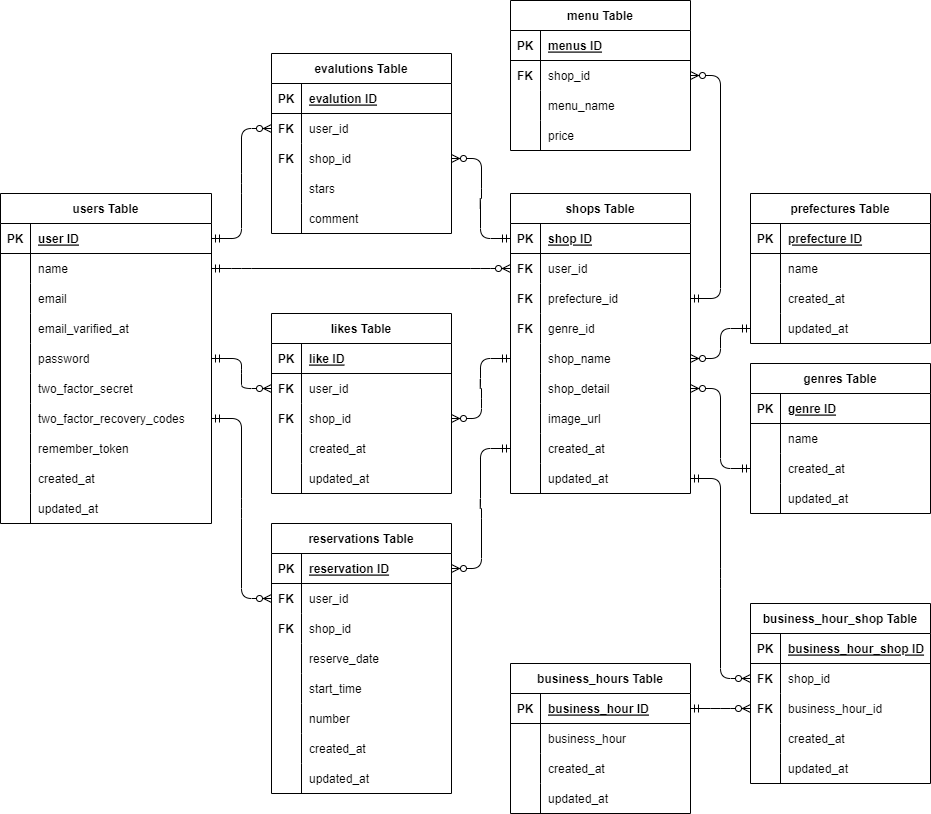
The draw.io diagram project-rese.drawio.png in magmag6240/project-rese, before a commit. Source tidied: cells renumbered, new cells last; positions are measured from the earlier drawing's top-left corner, leaving out a move shared by most shapes.
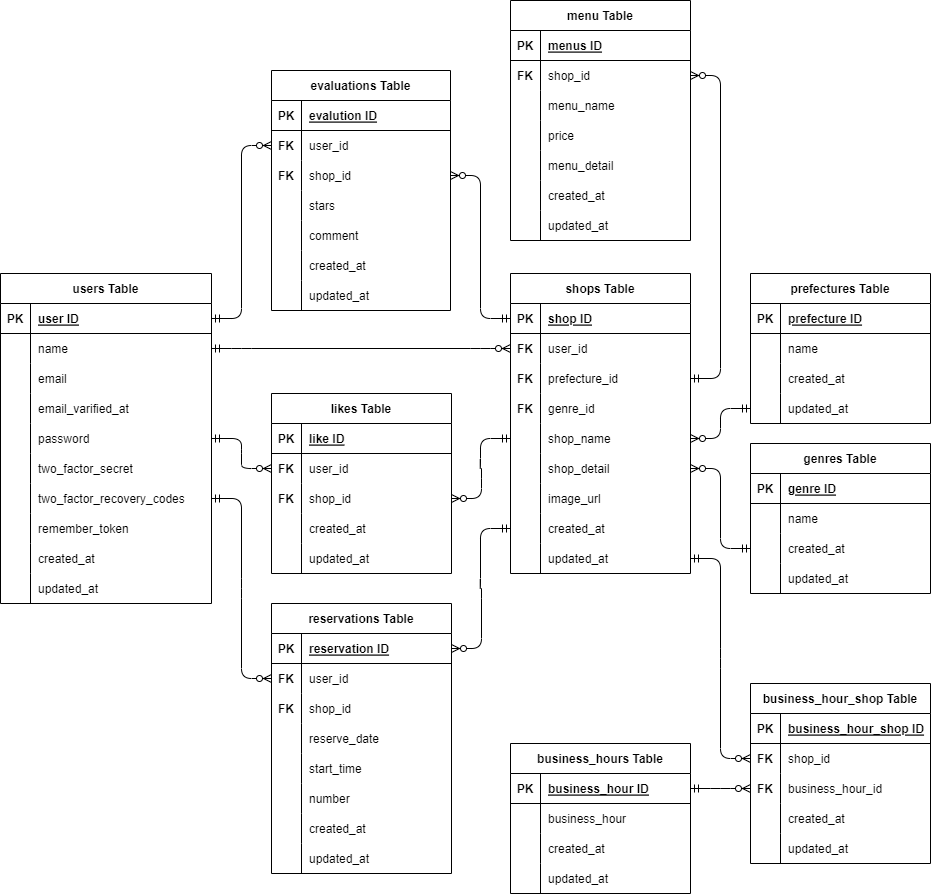
The same file after the commit.

Diff of the diagram source:
```diff
@@ -494,54 +494,72 @@
     <mxCell id="165" style="edgeStyle=entityRelationEdgeStyle;fontSize=12;html=1;endArrow=ERzeroToMany;startArrow=ERmandOne;entryX=0;entryY=0.5;entryDx=0;entryDy=0;exitX=1;exitY=0.5;exitDx=0;exitDy=0;" parent="1" edge="1" source="138" target="145">
       <mxGeometry relative="1" as="geometry" />
     </mxCell>
-    <mxCell id="166" value="evalutions Table" style="shape=table;startSize=30;rowLines=0;fontStyle=1;align=center;" parent="1" vertex="1">
-      <mxGeometry x="271" y="53" width="180" height="180" as="geometry" />
+    <mxCell id="166" value="evaluations Table" style="shape=table;startSize=30;rowLines=0;fontStyle=1;align=center;" parent="1" vertex="1">
+      <mxGeometry x="271" y="-10" width="179" height="240" as="geometry" />
     </mxCell>
     <mxCell id="167" style="shape=tableRow;horizontal=0;startSize=0;swimlaneHead=0;swimlaneBody=0;fillColor=none;top=0;left=0;right=0;bottom=1;" parent="166" vertex="1">
-      <mxGeometry y="30" width="180" height="30" as="geometry" />
+      <mxGeometry y="30" width="179" height="30" as="geometry" />
     </mxCell>
     <mxCell id="168" value="PK" style="shape=partialRectangle;fillColor=none;top=0;left=0;bottom=0;right=0;fontStyle=1;overflow=hidden;" parent="167" vertex="1">
       <mxGeometry width="30" height="30" as="geometry" />
     </mxCell>
     <mxCell id="169" value="evalution ID" style="shape=partialRectangle;fillColor=none;top=0;left=0;bottom=0;right=0;align=left;spacingLeft=6;fontStyle=5;overflow=hidden;" parent="167" vertex="1">
-      <mxGeometry x="30" width="150" height="30" as="geometry" />
+      <mxGeometry x="30" width="149" height="30" as="geometry" />
     </mxCell>
     <mxCell id="170" style="shape=tableRow;horizontal=0;startSize=0;swimlaneHead=0;swimlaneBody=0;fillColor=none;points=[[0,0.5],[1,0.5]];portConstraint=eastwest;top=0;left=0;right=0;bottom=0;" parent="166" vertex="1">
-      <mxGeometry y="60" width="180" height="30" as="geometry" />
+      <mxGeometry y="60" width="179" height="30" as="geometry" />
     </mxCell>
     <mxCell id="171" value="FK" style="shape=partialRectangle;fillColor=none;top=0;left=0;bottom=0;right=0;overflow=hidden;fontStyle=1;" parent="170" vertex="1">
       <mxGeometry width="30" height="30" as="geometry" />
     </mxCell>
     <mxCell id="172" value="user_id" style="shape=partialRectangle;fillColor=none;top=0;left=0;bottom=0;right=0;align=left;spacingLeft=6;overflow=hidden;" parent="170" vertex="1">
-      <mxGeometry x="30" width="150" height="30" as="geometry" />
+      <mxGeometry x="30" width="149" height="30" as="geometry" />
     </mxCell>
     <mxCell id="173" style="shape=tableRow;horizontal=0;startSize=0;swimlaneHead=0;swimlaneBody=0;fillColor=none;points=[[0,0.5],[1,0.5]];portConstraint=eastwest;top=0;left=0;right=0;bottom=0;" parent="166" vertex="1">
-      <mxGeometry y="90" width="180" height="30" as="geometry" />
+      <mxGeometry y="90" width="179" height="30" as="geometry" />
     </mxCell>
     <mxCell id="174" value="FK" style="shape=partialRectangle;fillColor=none;top=0;left=0;bottom=0;right=0;overflow=hidden;fontStyle=1;" parent="173" vertex="1">
       <mxGeometry width="30" height="30" as="geometry" />
     </mxCell>
     <mxCell id="175" value="shop_id" style="shape=partialRectangle;fillColor=none;top=0;left=0;bottom=0;right=0;align=left;spacingLeft=6;overflow=hidden;" parent="173" vertex="1">
-      <mxGeometry x="30" width="150" height="30" as="geometry" />
+      <mxGeometry x="30" width="149" height="30" as="geometry" />
     </mxCell>
     <mxCell id="176" style="shape=tableRow;horizontal=0;startSize=0;swimlaneHead=0;swimlaneBody=0;fillColor=none;top=0;left=0;right=0;bottom=0;" parent="166" vertex="1">
-      <mxGeometry y="120" width="180" height="30" as="geometry" />
+      <mxGeometry y="120" width="179" height="30" as="geometry" />
     </mxCell>
     <mxCell id="177" style="shape=partialRectangle;fillColor=none;top=0;left=0;bottom=0;right=0;overflow=hidden;" parent="176" vertex="1">
       <mxGeometry width="30" height="30" as="geometry" />
     </mxCell>
     <mxCell id="178" value="stars" style="shape=partialRectangle;fillColor=none;top=0;left=0;bottom=0;right=0;align=left;spacingLeft=6;overflow=hidden;" parent="176" vertex="1">
-      <mxGeometry x="30" width="150" height="30" as="geometry" />
+      <mxGeometry x="30" width="149" height="30" as="geometry" />
     </mxCell>
     <mxCell id="179" style="shape=tableRow;horizontal=0;startSize=0;swimlaneHead=0;swimlaneBody=0;fillColor=none;top=0;left=0;right=0;bottom=0;" parent="166" vertex="1">
-      <mxGeometry y="150" width="180" height="30" as="geometry" />
+      <mxGeometry y="150" width="179" height="30" as="geometry" />
     </mxCell>
     <mxCell id="180" style="shape=partialRectangle;fillColor=none;top=0;left=0;bottom=0;right=0;overflow=hidden;" parent="179" vertex="1">
       <mxGeometry width="30" height="30" as="geometry" />
     </mxCell>
     <mxCell id="181" value="comment" style="shape=partialRectangle;fillColor=none;top=0;left=0;bottom=0;right=0;align=left;spacingLeft=6;overflow=hidden;" parent="179" vertex="1">
-      <mxGeometry x="30" width="150" height="30" as="geometry" />
+      <mxGeometry x="30" width="149" height="30" as="geometry" />
     </mxCell>
+    <mxCell id="198" style="shape=tableRow;horizontal=0;startSize=0;swimlaneHead=0;swimlaneBody=0;fillColor=none;top=0;left=0;right=0;bottom=0;" parent="166" vertex="1">
+      <mxGeometry y="180" width="179" height="30" as="geometry" />
+    </mxCell>
+    <mxCell id="199" style="shape=partialRectangle;fillColor=none;top=0;left=0;bottom=0;right=0;overflow=hidden;" parent="198" vertex="1">
+      <mxGeometry width="30" height="30" as="geometry" />
+    </mxCell>
+    <mxCell id="200" value="created_at" style="shape=partialRectangle;fillColor=none;top=0;left=0;bottom=0;right=0;align=left;spacingLeft=6;overflow=hidden;" parent="198" vertex="1">
+      <mxGeometry x="30" width="149" height="30" as="geometry" />
+    </mxCell>
+    <mxCell id="201" style="shape=tableRow;horizontal=0;startSize=0;swimlaneHead=0;swimlaneBody=0;fillColor=none;top=0;left=0;right=0;bottom=0;" parent="166" vertex="1">
+      <mxGeometry y="210" width="179" height="30" as="geometry" />
+    </mxCell>
+    <mxCell id="202" style="shape=partialRectangle;fillColor=none;top=0;left=0;bottom=0;right=0;overflow=hidden;" parent="201" vertex="1">
+      <mxGeometry width="30" height="30" as="geometry" />
+    </mxCell>
+    <mxCell id="203" value="updated_at" style="shape=partialRectangle;fillColor=none;top=0;left=0;bottom=0;right=0;align=left;spacingLeft=6;overflow=hidden;" parent="201" vertex="1">
+      <mxGeometry x="30" width="149" height="30" as="geometry" />
+    </mxCell>
     <mxCell id="182" style="edgeStyle=entityRelationEdgeStyle;fontSize=12;html=1;endArrow=ERzeroToMany;startArrow=ERmandOne;exitX=0;exitY=0.5;exitDx=0;exitDy=0;entryX=1;entryY=0.5;entryDx=0;entryDy=0;" parent="1" edge="1" source="114" target="173">
       <mxGeometry relative="1" as="geometry" />
     </mxCell>
@@ -549,7 +567,7 @@
       <mxGeometry relative="1" as="geometry" />
     </mxCell>
     <mxCell id="184" value="menu Table" style="shape=table;startSize=30;rowLines=0;fontStyle=1;align=center;" parent="1" vertex="1">
-      <mxGeometry x="510" width="180" height="150" as="geometry" />
+      <mxGeometry x="510" y="-80" width="180" height="240" as="geometry" />
     </mxCell>
     <mxCell id="185" style="shape=tableRow;horizontal=0;startSize=0;swimlaneHead=0;swimlaneBody=0;fillColor=none;top=0;left=0;right=0;bottom=1;" parent="184" vertex="1">
       <mxGeometry y="30" width="180" height="30" as="geometry" />
@@ -578,13 +596,40 @@
     <mxCell id="193" value="menu_name" style="shape=partialRectangle;fillColor=none;top=0;left=0;bottom=0;right=0;align=left;spacingLeft=6;overflow=hidden;" parent="191" vertex="1">
       <mxGeometry x="30" width="150" height="30" as="geometry" />
     </mxCell>
+    <mxCell id="204" style="shape=tableRow;horizontal=0;startSize=0;swimlaneHead=0;swimlaneBody=0;fillColor=none;top=0;left=0;right=0;bottom=0;" parent="184" vertex="1">
+      <mxGeometry y="120" width="180" height="30" as="geometry" />
+    </mxCell>
+    <mxCell id="205" style="shape=partialRectangle;fillColor=none;top=0;left=0;bottom=0;right=0;overflow=hidden;" parent="204" vertex="1">
+      <mxGeometry width="30" height="30" as="geometry" />
+    </mxCell>
+    <mxCell id="206" value="price" style="shape=partialRectangle;fillColor=none;top=0;left=0;bottom=0;right=0;align=left;spacingLeft=6;overflow=hidden;" parent="204" vertex="1">
+      <mxGeometry x="30" width="150" height="30" as="geometry" />
+    </mxCell>
+    <mxCell id="207" style="shape=tableRow;horizontal=0;startSize=0;swimlaneHead=0;swimlaneBody=0;fillColor=none;top=0;left=0;right=0;bottom=0;" parent="184" vertex="1">
+      <mxGeometry y="150" width="180" height="30" as="geometry" />
+    </mxCell>
+    <mxCell id="208" style="shape=partialRectangle;fillColor=none;top=0;left=0;bottom=0;right=0;overflow=hidden;" parent="207" vertex="1">
+      <mxGeometry width="30" height="30" as="geometry" />
+    </mxCell>
+    <mxCell id="209" value="menu_detail" style="shape=partialRectangle;fillColor=none;top=0;left=0;bottom=0;right=0;align=left;spacingLeft=6;overflow=hidden;" parent="207" vertex="1">
+      <mxGeometry x="30" width="150" height="30" as="geometry" />
+    </mxCell>
+    <mxCell id="210" style="shape=tableRow;horizontal=0;startSize=0;swimlaneHead=0;swimlaneBody=0;fillColor=none;top=0;left=0;right=0;bottom=0;" parent="184" vertex="1">
+      <mxGeometry y="180" width="180" height="30" as="geometry" />
+    </mxCell>
+    <mxCell id="211" style="shape=partialRectangle;fillColor=none;top=0;left=0;bottom=0;right=0;overflow=hidden;" parent="210" vertex="1">
+      <mxGeometry width="30" height="30" as="geometry" />
+    </mxCell>
+    <mxCell id="212" value="created_at" style="shape=partialRectangle;fillColor=none;top=0;left=0;bottom=0;right=0;align=left;spacingLeft=6;overflow=hidden;" parent="210" vertex="1">
+      <mxGeometry x="30" width="150" height="30" as="geometry" />
+    </mxCell>
     <mxCell id="194" style="shape=tableRow;horizontal=0;startSize=0;swimlaneHead=0;swimlaneBody=0;fillColor=none;top=0;left=0;right=0;bottom=0;" parent="184" vertex="1">
-      <mxGeometry y="120" width="180" height="30" as="geometry" />
+      <mxGeometry y="210" width="180" height="30" as="geometry" />
     </mxCell>
     <mxCell id="195" style="shape=partialRectangle;fillColor=none;top=0;left=0;bottom=0;right=0;overflow=hidden;" parent="194" vertex="1">
       <mxGeometry width="30" height="30" as="geometry" />
     </mxCell>
-    <mxCell id="196" value="price" style="shape=partialRectangle;fillColor=none;top=0;left=0;bottom=0;right=0;align=left;spacingLeft=6;overflow=hidden;" parent="194" vertex="1">
+    <mxCell id="196" value="updated_at" style="shape=partialRectangle;fillColor=none;top=0;left=0;bottom=0;right=0;align=left;spacingLeft=6;overflow=hidden;" parent="194" vertex="1">
       <mxGeometry x="30" width="150" height="30" as="geometry" />
     </mxCell>
     <mxCell id="197" style="edgeStyle=entityRelationEdgeStyle;fontSize=12;html=1;endArrow=ERzeroToMany;startArrow=ERmandOne;exitX=1;exitY=0.5;exitDx=0;exitDy=0;entryX=1;entryY=0.5;entryDx=0;entryDy=0;" parent="1" edge="1" source="120" target="188">
```
